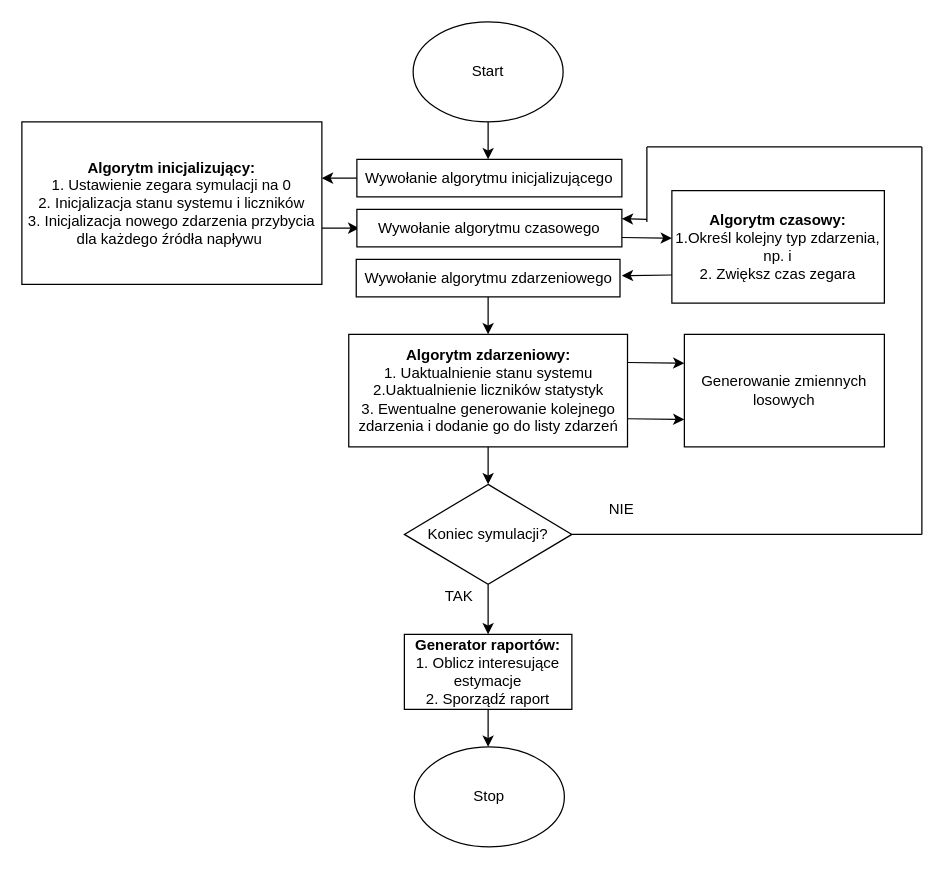
Earlier version of the draw.io diagram alg1.drawio (jazzsewera/mops-projekt). Source tidied: cells renumbered, new cells numbered last; positions are measured from the earlier drawing's top-left corner, leaving out a move shared by most shapes. Both pictures are drawn from the tidied source at 125%, with x=0, y=0 at pixel (21, 21).
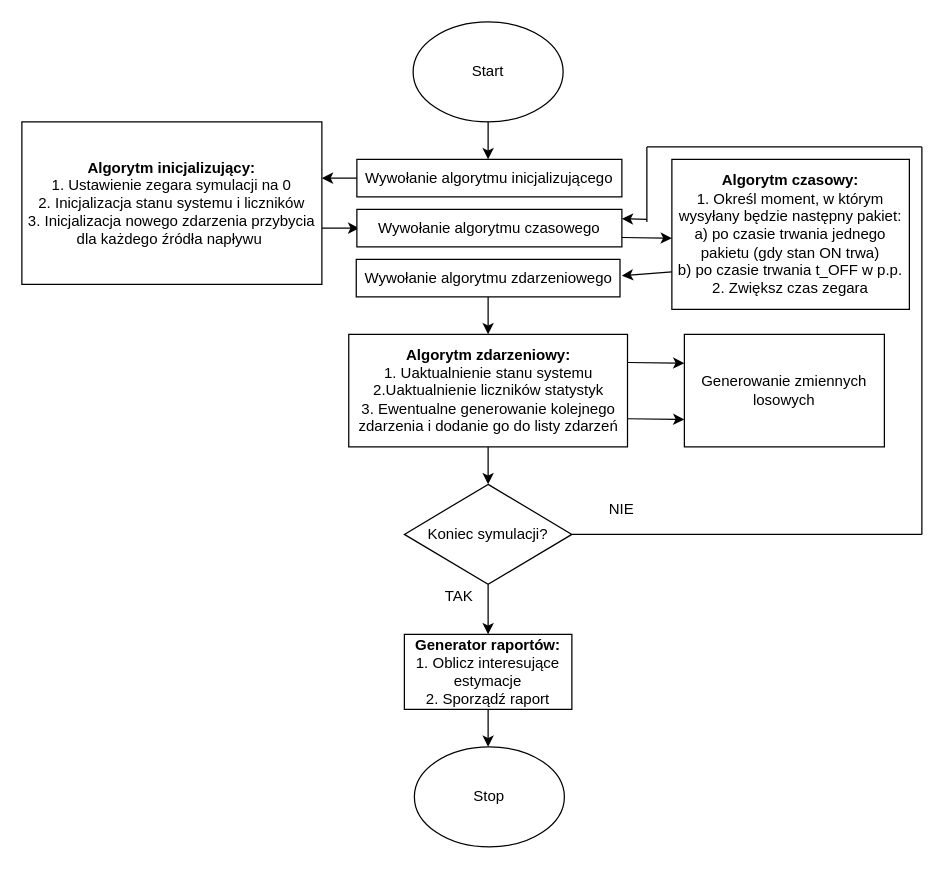
Above is the later version.

Change to the diagram source:
```diff
@@
-    <mxCell id="10" value="&lt;b&gt;Algorytm czasowy:&lt;/b&gt;&lt;br&gt;1.Określ kolejny typ zdarzenia, np. i&lt;br&gt;2. Zwiększ czas zegara" style="rounded=0;whiteSpace=wrap;html=1;" parent="1" vertex="1">
-      <mxGeometry x="520" y="135" width="170" height="90" as="geometry" />
+    <mxCell id="10" value="&lt;b&gt;Algorytm czasowy:&lt;/b&gt;&lt;br&gt;1. Określ moment, w którym wysyłany będzie następny pakiet:&lt;br&gt;a) po czasie trwania jednego pakietu (gdy stan ON trwa)&lt;br&gt;b) po czasie trwania t_OFF w p.p.&lt;br&gt;2. Zwiększ czas zegara" style="rounded=0;whiteSpace=wrap;html=1;" parent="1" vertex="1">
+      <mxGeometry x="520" y="110" width="190" height="120" as="geometry" />
     </mxCell>
```
